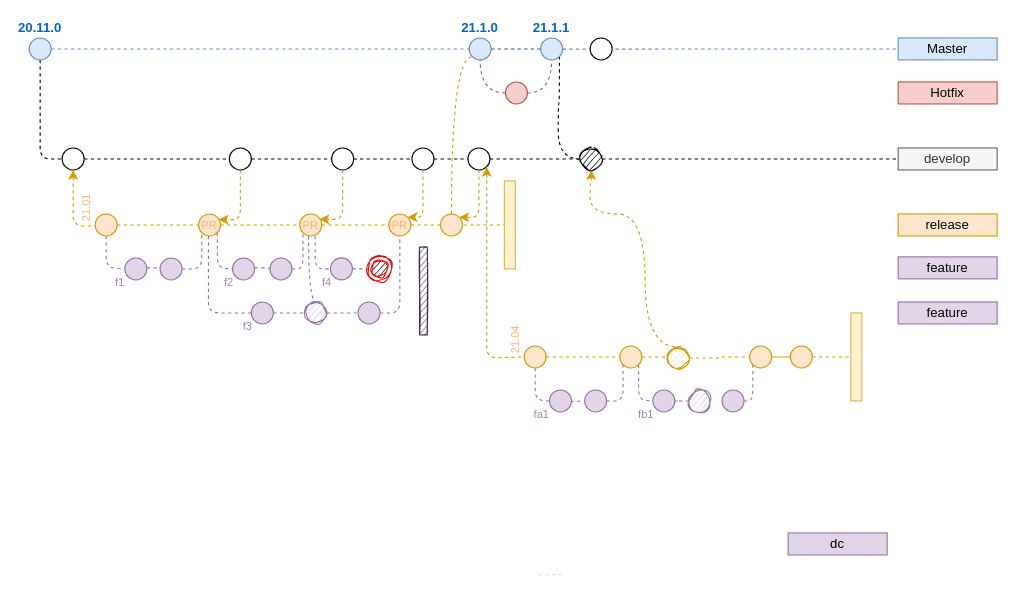
salmen/gitflowdiagram keeps this draw.io diagram as page "mw-roa-rel-simple" (4 of 5) of Untitled Diagram.drawio. Above is the earlier version. Source tidied: cells renumbered, new cells numbered last; positions are measured from the earlier drawing's top-left corner, leaving out a move shared by most shapes. Both pictures are drawn from the tidied source at 110%, with x=0, y=0 at pixel (29, 37).
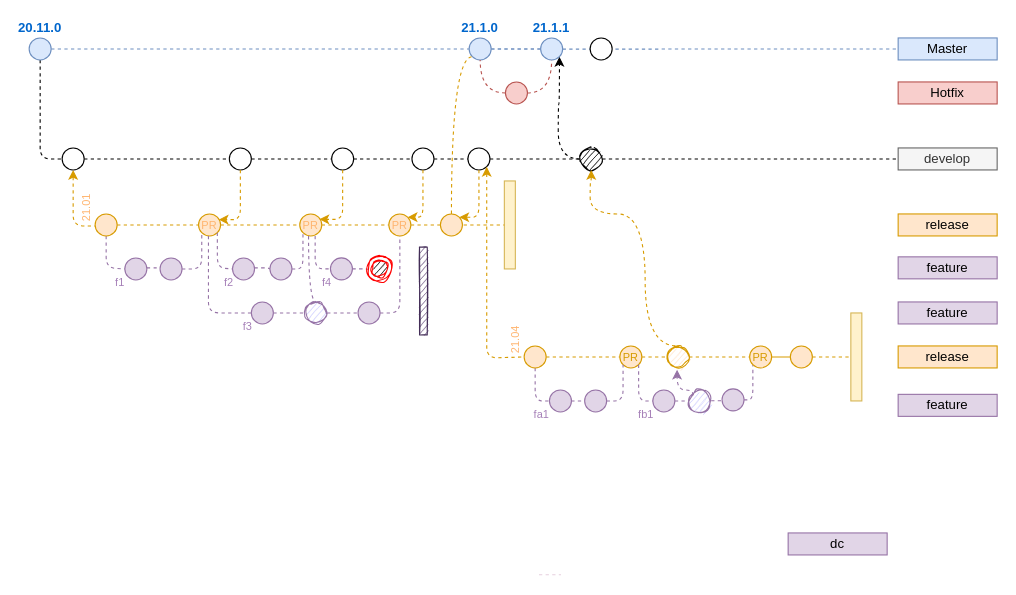
The same page after the edit.

Commit message:
fin release 2

The change refers to these unchanged cells:
```xml
<mxCell id="19" style="ellipse;whiteSpace=wrap;html=1;sketch=1;fillStyle=hachure;fillColor=#000000;" parent="1" vertex="1">
  <mxGeometry x="501" y="100" width="20" height="20" as="geometry" />
</mxCell>
<mxCell id="30" value="21.1.1" style="ellipse;whiteSpace=wrap;html=1;fillColor=#dae8fc;strokeColor=#6c8ebf;fontStyle=1;labelPosition=center;verticalLabelPosition=top;align=center;verticalAlign=bottom;fontColor=#0066CC;" parent="1" vertex="1">
  <mxGeometry x="465" width="20" height="20" as="geometry" />
</mxCell>
<mxCell id="52" value="21.04" style="ellipse;whiteSpace=wrap;html=1;fontSize=10;labelPosition=left;verticalLabelPosition=bottom;align=right;verticalAlign=top;fillColor=#ffe6cc;strokeColor=#d79b00;fontColor=#FFB570;horizontal=0;" parent="1" vertex="1">
  <mxGeometry x="450" y="280" width="20" height="20" as="geometry" />
</mxCell>
<mxCell id="54" style="ellipse;whiteSpace=wrap;html=1;fontSize=10;fillColor=#e1d5e7;strokeColor=#9673a6;" parent="1" vertex="1">
  <mxGeometry x="505" y="320" width="20" height="20" as="geometry" />
</mxCell>
<mxCell id="55" value="&lt;div style=&quot;text-align: justify&quot;&gt;&lt;span&gt;fa1&lt;/span&gt;&lt;/div&gt;" style="ellipse;whiteSpace=wrap;html=1;fontSize=10;fillColor=#e1d5e7;strokeColor=#9673a6;verticalAlign=top;labelPosition=left;verticalLabelPosition=bottom;align=right;horizontal=1;fontColor=#A680B8;spacing=0;spacingBottom=2;spacingLeft=0;spacingTop=-8;" parent="1" vertex="1">
  <mxGeometry x="473" y="320" width="20" height="20" as="geometry" />
</mxCell>
<mxCell id="62" value="&lt;div style=&quot;text-align: justify&quot;&gt;&lt;span&gt;fb1&lt;/span&gt;&lt;/div&gt;" style="ellipse;whiteSpace=wrap;html=1;fontSize=10;fillColor=#e1d5e7;strokeColor=#9673a6;verticalAlign=top;labelPosition=left;verticalLabelPosition=bottom;align=right;horizontal=1;spacingTop=-8;spacingLeft=11;spacingRight=-1;spacing=0;fontColor=#A680B8;" parent="1" vertex="1">
  <mxGeometry x="567" y="320" width="20" height="20" as="geometry" />
</mxCell>
<mxCell id="97" style="ellipse;whiteSpace=wrap;html=1;fontSize=10;strokeColor=#9673a6;shadow=0;sketch=1;fillStyle=hachure;fillColor=#CCCCFF;" parent="1" vertex="1">
  <mxGeometry x="600" y="320" width="20" height="20" as="geometry" />
</mxCell>
```

Change to the diagram source:
```diff
@@
-    <mxCell id="18" style="edgeStyle=orthogonalEdgeStyle;curved=1;jettySize=auto;html=1;dashed=1;startArrow=none;startFill=0;endArrow=none;endFill=0;fillColor=#ffe6cc;fontSize=10;fontColor=#663300;entryX=1;entryY=1;entryDx=0;entryDy=0;" parent="1" edge="1" source="19" target="30">
+    <mxCell id="18" style="edgeStyle=orthogonalEdgeStyle;curved=1;jettySize=auto;html=1;dashed=1;startArrow=none;startFill=0;endArrow=classic;endFill=1;fillColor=#ffe6cc;fontSize=10;fontColor=#663300;entryX=1;entryY=1;entryDx=0;entryDy=0;" parent="1" edge="1" source="19" target="30">
       <mxGeometry relative="1" as="geometry" />
     </mxCell>
@@
     <mxCell id="24" value="release" style="text;html=1;strokeColor=#d79b00;fillColor=#ffe6cc;align=center;verticalAlign=middle;whiteSpace=wrap;rounded=0;fontSize=12;" parent="1" vertex="1">
-      <mxGeometry x="790" y="160" width="90" height="20" as="geometry" />
+      <mxGeometry x="790" y="280" width="90" height="20" as="geometry" />
     </mxCell>
@@
     <mxCell id="51" style="edgeStyle=orthogonalEdgeStyle;rounded=1;jettySize=auto;html=1;dashed=1;endArrow=none;endFill=0;fontSize=10;fontColor=#FFB570;fillColor=#e1d5e7;strokeColor=#9673a6;exitX=0.5;exitY=1;exitDx=0;exitDy=0;entryX=0;entryY=0.5;entryDx=0;entryDy=0;" parent="1" edge="1" source="52" target="55">
       <mxGeometry relative="1" as="geometry">
         <Array as="points">
-          <mxPoint x="460" y="329" />
-          <mxPoint x="473" y="329" />
+          <mxPoint x="460" y="330" />
         </Array>
       </mxGeometry>
     </mxCell>
@@
-    <mxCell id="53" style="edgeStyle=orthogonalEdgeStyle;rounded=1;jettySize=auto;html=1;dashed=1;endArrow=none;endFill=0;fontSize=10;fontColor=#FFB570;fillColor=#e1d5e7;strokeColor=#9673a6;entryX=-0.047;entryY=0.516;entryDx=0;entryDy=0;entryPerimeter=0;exitX=0.981;exitY=0.565;exitDx=0;exitDy=0;exitPerimeter=0;" parent="1" edge="1" source="55" target="54">
+    <mxCell id="53" style="edgeStyle=orthogonalEdgeStyle;rounded=1;jettySize=auto;html=1;dashed=1;endArrow=none;endFill=0;fontSize=10;fontColor=#FFB570;fillColor=#e1d5e7;strokeColor=#9673a6;entryX=0;entryY=0.5;entryDx=0;entryDy=0;exitX=0.99;exitY=0.527;exitDx=0;exitDy=0;exitPerimeter=0;" parent="1" edge="1" source="55" target="54">
       <mxGeometry relative="1" as="geometry">
         <Array as="points">
-          <mxPoint x="493" y="330" />
-          <mxPoint x="504" y="330" />
+          <mxPoint x="505" y="331" />
         </Array>
       </mxGeometry>
     </mxCell>
@@
-    <mxCell id="57" style="ellipse;whiteSpace=wrap;html=1;fontSize=10;fillColor=#ffe6cc;strokeColor=#d79b00;" parent="1" vertex="1">
+    <mxCell id="57" value="PR" style="ellipse;whiteSpace=wrap;html=1;fontSize=10;fillColor=#ffe6cc;strokeColor=#d79b00;fontColor=#D79B00;" parent="1" vertex="1">
       <mxGeometry x="537" y="280" width="20" height="20" as="geometry" />
     </mxCell>
@@
     <mxCell id="60" style="edgeStyle=orthogonalEdgeStyle;rounded=1;jettySize=auto;html=1;dashed=1;endArrow=none;endFill=0;fontSize=10;fontColor=#FFB570;fillColor=#e1d5e7;strokeColor=#9673a6;exitX=1;exitY=1;exitDx=0;exitDy=0;entryX=0;entryY=0.5;entryDx=0;entryDy=0;" parent="1" edge="1" source="57" target="62">
       <mxGeometry relative="1" as="geometry">
         <Array as="points">
-          <mxPoint x="554" y="329" />
+          <mxPoint x="554" y="330" />
         </Array>
       </mxGeometry>
     </mxCell>
     <mxCell id="61" style="ellipse;whiteSpace=wrap;html=1;fontSize=10;fillColor=#e1d5e7;strokeColor=#9673a6;" parent="1" vertex="1">
-      <mxGeometry x="629.9" y="320" width="20" height="20" as="geometry" />
+      <mxGeometry x="629.9" y="319" width="20" height="20" as="geometry" />
     </mxCell>
@@
-    <mxCell id="66" value="&lt;br&gt;" style="ellipse;whiteSpace=wrap;html=1;fontSize=10;labelPosition=center;verticalLabelPosition=top;align=center;verticalAlign=bottom;fillColor=#ffe6cc;strokeColor=#d79b00;fontColor=#FFB570;" parent="1" vertex="1">
+    <mxCell id="66" value="PR" style="ellipse;whiteSpace=wrap;html=1;fontSize=10;labelPosition=center;verticalLabelPosition=middle;align=center;verticalAlign=middle;fillColor=#ffe6cc;strokeColor=#d79b00;fontColor=#D79B00;" parent="1" vertex="1">
       <mxGeometry x="655" y="280" width="20" height="20" as="geometry" />
     </mxCell>
@@
     <mxCell id="73" value="&lt;br&gt;" style="ellipse;whiteSpace=wrap;html=1;fontSize=10;labelPosition=center;verticalLabelPosition=top;align=center;verticalAlign=bottom;fillColor=#ffe6cc;strokeColor=#d79b00;fontColor=#FFB570;sketch=1;" parent="1" vertex="1">
-      <mxGeometry x="580" y="281" width="20" height="20" as="geometry" />
+      <mxGeometry x="580" y="280" width="20" height="20" as="geometry" />
     </mxCell>
@@
+    <mxCell id="99" style="edgeStyle=orthogonalEdgeStyle;curved=1;jettySize=auto;html=1;dashed=1;startArrow=none;startFill=0;endArrow=classic;endFill=1;fillColor=#ffe6cc;fontSize=10;fontColor=#D79B00;strokeColor=#9673A6;entryX=0.452;entryY=1.078;entryDx=0;entryDy=0;entryPerimeter=0;exitX=0.184;exitY=0.244;exitDx=0;exitDy=0;exitPerimeter=0;" parent="1" edge="1" source="97" target="73">
+      <mxGeometry relative="1" as="geometry">
+        <Array as="points">
+          <mxPoint x="604" y="320" />
+          <mxPoint x="589" y="320" />
+        </Array>
+      </mxGeometry>
+    </mxCell>
@@
-    <mxCell id="98" style="edgeStyle=orthogonalEdgeStyle;rounded=1;orthogonalLoop=1;jettySize=auto;html=1;dashed=1;endArrow=none;endFill=0;fontSize=10;fontColor=#FFB570;fillColor=#e1d5e7;strokeColor=#9673a6;" parent="1" edge="1">
+    <mxCell id="98" style="edgeStyle=orthogonalEdgeStyle;rounded=1;jettySize=auto;html=1;dashed=1;endArrow=none;endFill=0;fontSize=10;fontColor=#FFB570;fillColor=#e1d5e7;strokeColor=#9673a6;entryX=0;entryY=0.5;entryDx=0;entryDy=0;exitX=1;exitY=0.5;exitDx=0;exitDy=0;" parent="1" edge="1" source="62" target="97">
       <mxGeometry relative="1" as="geometry">
-        <mxPoint x="600" y="330" as="sourcePoint" />
-        <mxPoint x="594" y="330" as="targetPoint" />
         <Array as="points">
-          <mxPoint x="584" y="330" />
-          <mxPoint x="584" y="330" />
+          <mxPoint x="600" y="330" />
+          <mxPoint x="600" y="330" />
         </Array>
       </mxGeometry>
     </mxCell>
+    <mxCell id="100" style="edgeStyle=orthogonalEdgeStyle;rounded=1;jettySize=auto;html=1;dashed=1;endArrow=none;endFill=0;fontSize=10;fontColor=#FFB570;fillColor=#e1d5e7;strokeColor=#9673a6;entryX=0;entryY=0.539;entryDx=0;entryDy=0;exitX=1;exitY=0.5;exitDx=0;exitDy=0;entryPerimeter=0;" parent="1" edge="1" source="97" target="61">
+      <mxGeometry relative="1" as="geometry">
+        <Array as="points">
+          <mxPoint x="630" y="330" />
+        </Array>
+      </mxGeometry>
+    </mxCell>
+    <mxCell id="101" value="release" style="text;html=1;strokeColor=#d79b00;fillColor=#ffe6cc;align=center;verticalAlign=middle;whiteSpace=wrap;rounded=0;fontSize=12;" parent="1" vertex="1">
+      <mxGeometry x="790" y="160" width="90" height="20" as="geometry" />
+    </mxCell>
+    <mxCell id="102" value="feature" style="text;html=1;strokeColor=#9673a6;fillColor=#e1d5e7;align=center;verticalAlign=middle;whiteSpace=wrap;rounded=0;" parent="1" vertex="1">
+      <mxGeometry x="790" y="324" width="90" height="20" as="geometry" />
+    </mxCell>
```
